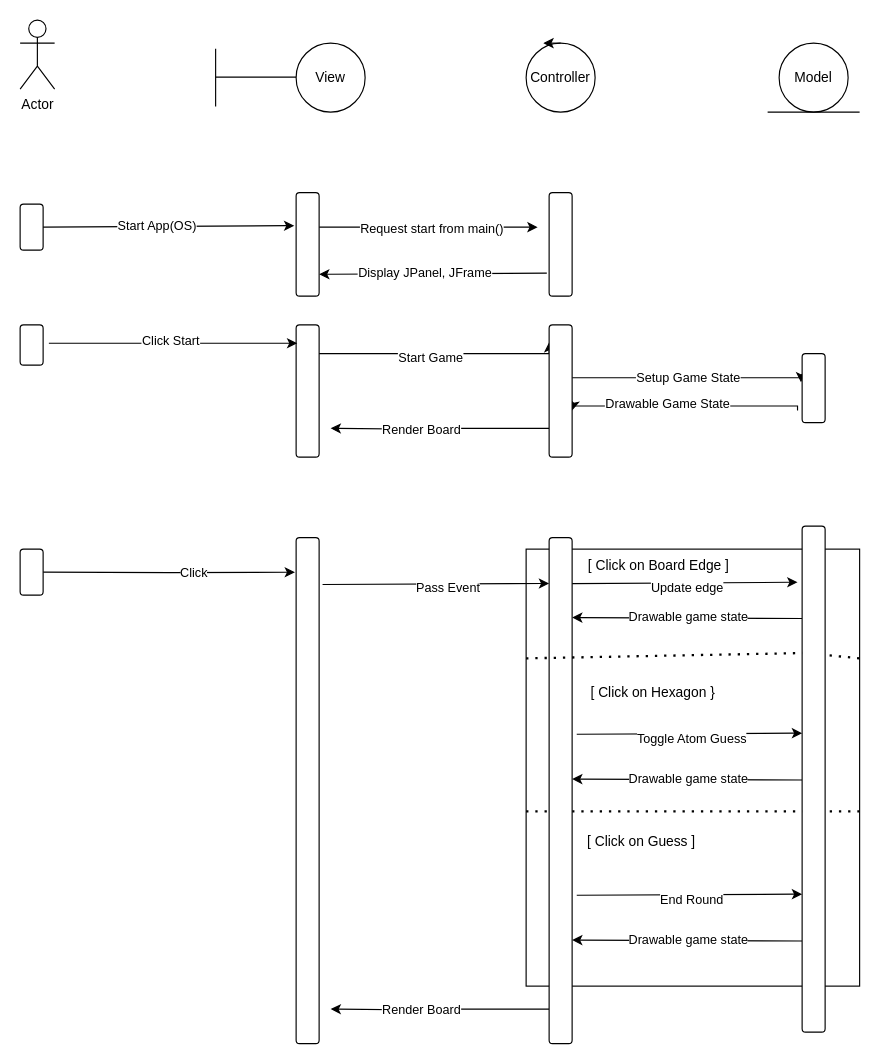
Earlier version of the draw.io diagram UML-activity-diagram.drawio (Juutar/COMP20050SEP2-1). Source tidied: cells renumbered, new cells numbered last; positions are measured from the earlier drawing's top-left corner, leaving out a move shared by most shapes. Both pictures are drawn from the tidied source at 115%, with x=0, y=0 at pixel (20, 20).
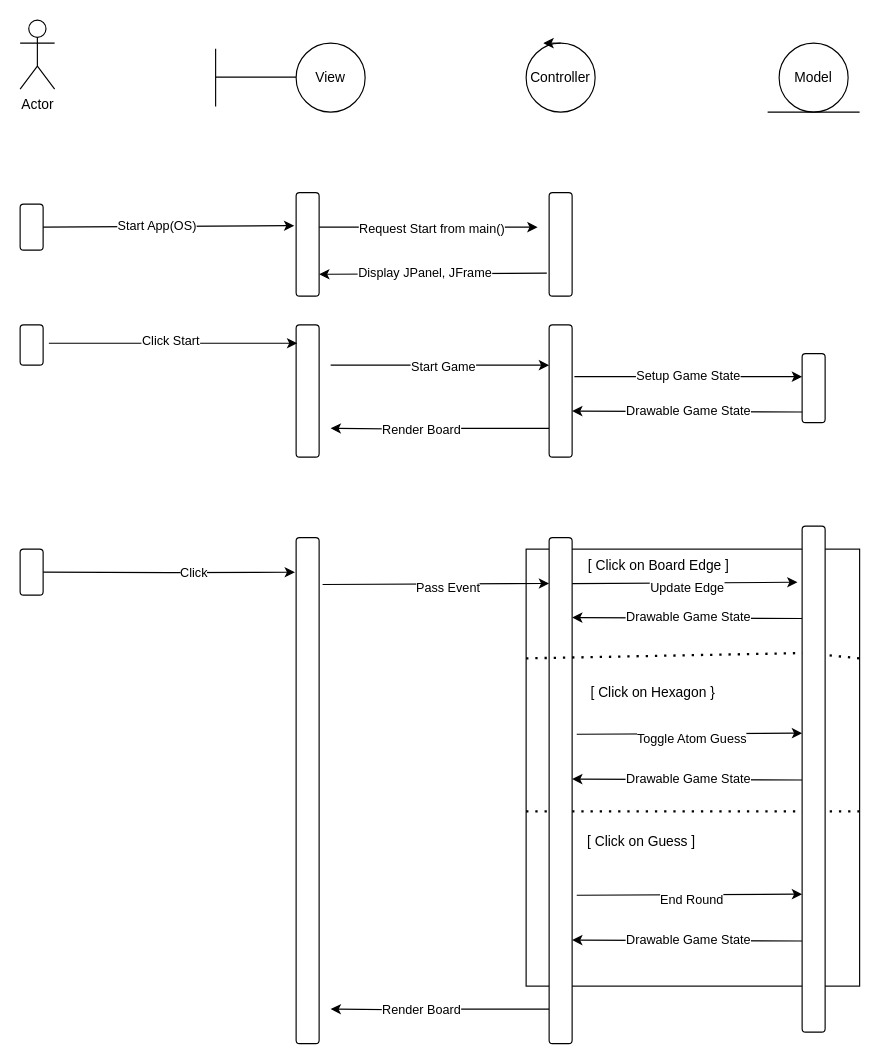
The same diagram, later.

Unchanged cells that the change refers to:
```xml
<mxCell id="17" style="endArrow=classic;html=1;rounded=0;" parent="1" edge="1">
  <mxGeometry relative="1" as="geometry">
    <mxPoint x="260" y="180" as="sourcePoint" />
    <mxPoint x="450" y="180" as="targetPoint" />
  </mxGeometry>
</mxCell>
<mxCell id="22" style="rounded=1;whiteSpace=wrap;html=1;" parent="1" vertex="1">
  <mxGeometry x="240" y="265" width="20" height="115" as="geometry" />
</mxCell>
<mxCell id="32" style="endArrow=classic;html=1;rounded=0;entryX=-0.2;entryY=0.46;entryDx=0;entryDy=0;entryPerimeter=0;" parent="1" edge="1">
  <mxGeometry relative="1" as="geometry">
    <mxPoint x="480" y="490" as="sourcePoint" />
    <mxPoint x="676" y="488.8" as="targetPoint" />
  </mxGeometry>
</mxCell>
<mxCell id="46" style="endArrow=classic;html=1;rounded=0;entryX=1;entryY=0.493;entryDx=0;entryDy=0;entryPerimeter=0;" parent="1" edge="1">
  <mxGeometry relative="1" as="geometry">
    <mxPoint x="680" y="520.3" as="sourcePoint" />
    <mxPoint x="480" y="519.5" as="targetPoint" />
  </mxGeometry>
</mxCell>
<mxCell id="48" style="endArrow=classic;html=1;rounded=0;entryX=1;entryY=0.493;entryDx=0;entryDy=0;entryPerimeter=0;" parent="1" edge="1">
  <mxGeometry relative="1" as="geometry">
    <mxPoint x="680" y="660.8" as="sourcePoint" />
    <mxPoint x="480" y="660" as="targetPoint" />
  </mxGeometry>
</mxCell>
<mxCell id="50" style="endArrow=classic;html=1;rounded=0;entryX=1;entryY=0.493;entryDx=0;entryDy=0;entryPerimeter=0;" parent="1" edge="1">
  <mxGeometry relative="1" as="geometry">
    <mxPoint x="680" y="800.8" as="sourcePoint" />
    <mxPoint x="480" y="800" as="targetPoint" />
  </mxGeometry>
</mxCell>
<mxCell id="54" style="rounded=1;whiteSpace=wrap;html=1;" parent="1" vertex="1">
  <mxGeometry x="460" y="265" width="20" height="115" as="geometry" />
</mxCell>
```

Diff of the diagram source:
```diff
@@
-    <mxCell id="11" style="edgeStyle=orthogonalEdgeStyle;rounded=0;orthogonalLoop=1;jettySize=auto;html=1;entryX=-0.05;entryY=0.237;entryDx=0;entryDy=0;entryPerimeter=0;" parent="1" edge="1">
+    <mxCell id="11" style="edgeStyle=orthogonalEdgeStyle;rounded=0;jettySize=auto;html=1;exitX=1.1;exitY=0.391;exitDx=0;exitDy=0;exitPerimeter=0;" parent="1" edge="1" source="54">
       <mxGeometry relative="1" as="geometry">
-        <mxPoint x="480" y="311" as="sourcePoint" />
-        <mxPoint x="679" y="314.9" as="targetPoint" />
-        <Array as="points">
-          <mxPoint x="679" y="311" />
-        </Array>
+        <mxPoint x="680" y="310" as="targetPoint" />
       </mxGeometry>
     </mxCell>
@@
-    <mxCell id="18" value="Request start from main()" style="edgeLabel;html=1;align=center;verticalAlign=middle;" parent="17" vertex="1">
+    <mxCell id="18" value="Request Start from main()" style="edgeLabel;html=1;align=center;verticalAlign=middle;" parent="17" vertex="1">
       <mxGeometry x="0.02" y="-1" relative="1" as="geometry" />
     </mxCell>
@@
-    <mxCell id="25" style="edgeStyle=orthogonalEdgeStyle;rounded=0;jettySize=auto;html=1;" parent="1" edge="1" source="22">
-      <mxGeometry relative="1" as="geometry">
-        <mxPoint x="460" y="280" as="targetPoint" />
-        <Array as="points">
-          <mxPoint x="460" y="290" />
-        </Array>
-      </mxGeometry>
-    </mxCell>
-    <mxCell id="26" value="Start Game" style="edgeLabel;html=1;align=center;verticalAlign=middle;" parent="25" vertex="1">
-      <mxGeometry x="-0.09" y="-3" relative="1" as="geometry" />
-    </mxCell>
@@
+    <mxCell id="34" style="rounded=0;whiteSpace=wrap;html=1;fillColor=none;" parent="1" vertex="1">
+      <mxGeometry x="440" y="460" width="290" height="380" as="geometry" />
+    </mxCell>
@@
-    <mxCell id="33" value="Update edge" style="edgeLabel;html=1;align=center;verticalAlign=middle;" parent="32" vertex="1">
+    <mxCell id="33" value="Update Edge" style="edgeLabel;html=1;align=center;verticalAlign=middle;" parent="32" vertex="1">
       <mxGeometry x="0.01" y="-4" relative="1" as="geometry" />
     </mxCell>
-    <mxCell id="34" style="rounded=0;whiteSpace=wrap;html=1;fillColor=none;" parent="1" vertex="1">
-      <mxGeometry x="440" y="460" width="290" height="380" as="geometry" />
-    </mxCell>
-    <mxCell id="35" style="edgeStyle=orthogonalEdgeStyle;rounded=0;orthogonalLoop=1;jettySize=auto;html=1;entryX=1.2;entryY=0.33;entryDx=0;entryDy=0;entryPerimeter=0;" parent="1" edge="1">
-      <mxGeometry relative="1" as="geometry">
-        <mxPoint x="676" y="339.5" as="sourcePoint" />
-        <mxPoint x="480" y="339.4" as="targetPoint" />
-        <Array as="points">
-          <mxPoint x="676" y="335.5" />
-          <mxPoint x="481" y="335.5" />
-        </Array>
-      </mxGeometry>
-    </mxCell>
-    <mxCell id="36" value="Drawable Game State" style="edgeLabel;html=1;align=center;verticalAlign=middle;" parent="35" vertex="1">
-      <mxGeometry x="0.16" y="-2" relative="1" as="geometry" />
-    </mxCell>
@@
-    <mxCell id="47" value="Drawable game state" style="edgeLabel;html=1;align=center;verticalAlign=middle;" parent="46" vertex="1">
+    <mxCell id="47" value="Drawable Game State" style="edgeLabel;html=1;align=center;verticalAlign=middle;" parent="46" vertex="1">
       <mxGeometry x="0.04" y="-1" relative="1" as="geometry">
         <mxPoint x="4" as="offset" />
       </mxGeometry>
     </mxCell>
@@
-    <mxCell id="49" value="Drawable game state" style="edgeLabel;html=1;align=center;verticalAlign=middle;" parent="48" vertex="1">
+    <mxCell id="49" value="Drawable Game State" style="edgeLabel;html=1;align=center;verticalAlign=middle;" parent="48" vertex="1">
       <mxGeometry x="0.04" y="-1" relative="1" as="geometry">
         <mxPoint x="4" as="offset" />
       </mxGeometry>
     </mxCell>
@@
-    <mxCell id="51" value="Drawable game state" style="edgeLabel;html=1;align=center;verticalAlign=middle;" parent="50" vertex="1">
+    <mxCell id="51" value="Drawable Game State" style="edgeLabel;html=1;align=center;verticalAlign=middle;" parent="50" vertex="1">
       <mxGeometry x="0.04" y="-1" relative="1" as="geometry">
         <mxPoint x="4" as="offset" />
       </mxGeometry>
     </mxCell>
@@
+    <mxCell id="62" style="endArrow=classic;html=1;rounded=0;entryX=1;entryY=0.493;entryDx=0;entryDy=0;entryPerimeter=0;" parent="1" edge="1">
+      <mxGeometry relative="1" as="geometry">
+        <mxPoint x="680" y="340.8" as="sourcePoint" />
+        <mxPoint x="480" y="340" as="targetPoint" />
+      </mxGeometry>
+    </mxCell>
+    <mxCell id="36" value="Drawable Game State" style="edgeLabel;html=1;align=center;verticalAlign=middle;" parent="62" vertex="1">
+      <mxGeometry x="0.04" y="-1" relative="1" as="geometry">
+        <mxPoint x="4" as="offset" />
+      </mxGeometry>
+    </mxCell>
+    <mxCell id="63" style="endArrow=classic;html=1;rounded=0;" parent="1" edge="1">
+      <mxGeometry relative="1" as="geometry">
+        <mxPoint x="270" y="300" as="sourcePoint" />
+        <mxPoint x="460" y="300" as="targetPoint" />
+      </mxGeometry>
+    </mxCell>
+    <mxCell id="26" value="Start Game" style="edgeLabel;html=1;align=center;verticalAlign=middle;" parent="63" vertex="1">
+      <mxGeometry x="0.02" y="-1" relative="1" as="geometry" />
+    </mxCell>
```
